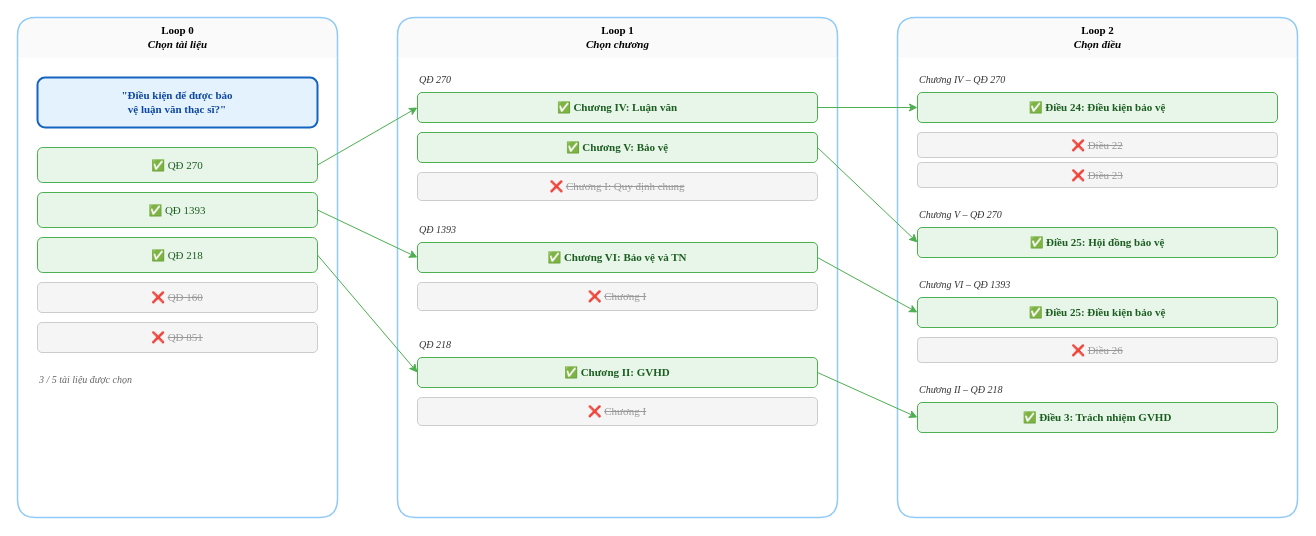
The draw.io diagram thesis-restored/diagrams/figure3-4-tree-traversal.drawio in hienlh/vn-legal-rag, before the edit. Source tidied: cells renumbered, new cells numbered last; positions are measured from the earlier drawing's top-left corner, leaving out a move shared by most shapes. Both pictures are drawn from the tidied source at 100%, with x=0, y=0 at pixel (17, 17).
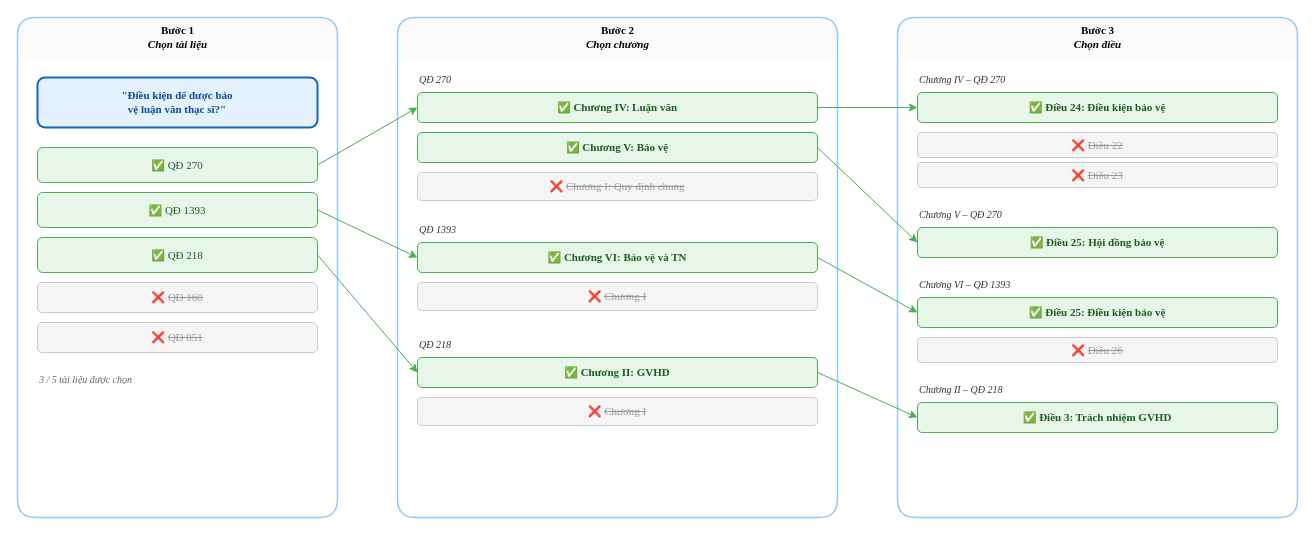
The same page after the edit.

The edit, as a diff of the source:
```diff
@@
-    <mxCell id="2" value="&lt;b&gt;Loop 0&lt;/b&gt;&lt;br&gt;&lt;i&gt;Chọn tài liệu&lt;/i&gt;" style="swimlane;html=1;startSize=40;fillColor=#FAFAFA;strokeColor=#90CAF9;strokeWidth=1.5;fontFamily=Times New Roman;fontSize=11;rounded=1;swimlaneLine=0;" parent="1" vertex="1">
+    <mxCell id="2" value="&lt;b&gt;Bước 1&lt;/b&gt;&lt;br&gt;&lt;i&gt;Chọn tài liệu&lt;/i&gt;" style="swimlane;html=1;startSize=40;fillColor=#FAFAFA;strokeColor=#90CAF9;strokeWidth=1.5;fontFamily=Times New Roman;fontSize=11;rounded=1;swimlaneLine=0;" parent="1" vertex="1">
       <mxGeometry width="320" height="500" as="geometry" />
     </mxCell>
@@
-    <mxCell id="10" value="&lt;b&gt;Loop 1&lt;/b&gt;&lt;br&gt;&lt;i&gt;Chọn chương&lt;/i&gt;" style="swimlane;html=1;startSize=40;fillColor=#FAFAFA;strokeColor=#90CAF9;strokeWidth=1.5;fontFamily=Times New Roman;fontSize=11;rounded=1;swimlaneLine=0;" parent="1" vertex="1">
+    <mxCell id="10" value="&lt;b&gt;Bước 2&lt;/b&gt;&lt;br&gt;&lt;i&gt;Chọn chương&lt;/i&gt;" style="swimlane;html=1;startSize=40;fillColor=#FAFAFA;strokeColor=#90CAF9;strokeWidth=1.5;fontFamily=Times New Roman;fontSize=11;rounded=1;swimlaneLine=0;" parent="1" vertex="1">
       <mxGeometry x="380" width="440" height="500" as="geometry" />
     </mxCell>
@@
-    <mxCell id="21" value="&lt;b&gt;Loop 2&lt;/b&gt;&lt;br&gt;&lt;i&gt;Chọn điều&lt;/i&gt;" style="swimlane;html=1;startSize=40;fillColor=#FAFAFA;strokeColor=#90CAF9;strokeWidth=1.5;fontFamily=Times New Roman;fontSize=11;rounded=1;swimlaneLine=0;" parent="1" vertex="1">
+    <mxCell id="21" value="&lt;b&gt;Bước 3&lt;/b&gt;&lt;br&gt;&lt;i&gt;Chọn điều&lt;/i&gt;" style="swimlane;html=1;startSize=40;fillColor=#FAFAFA;strokeColor=#90CAF9;strokeWidth=1.5;fontFamily=Times New Roman;fontSize=11;rounded=1;swimlaneLine=0;" parent="1" vertex="1">
       <mxGeometry x="880" width="400" height="500" as="geometry" />
     </mxCell>
```
